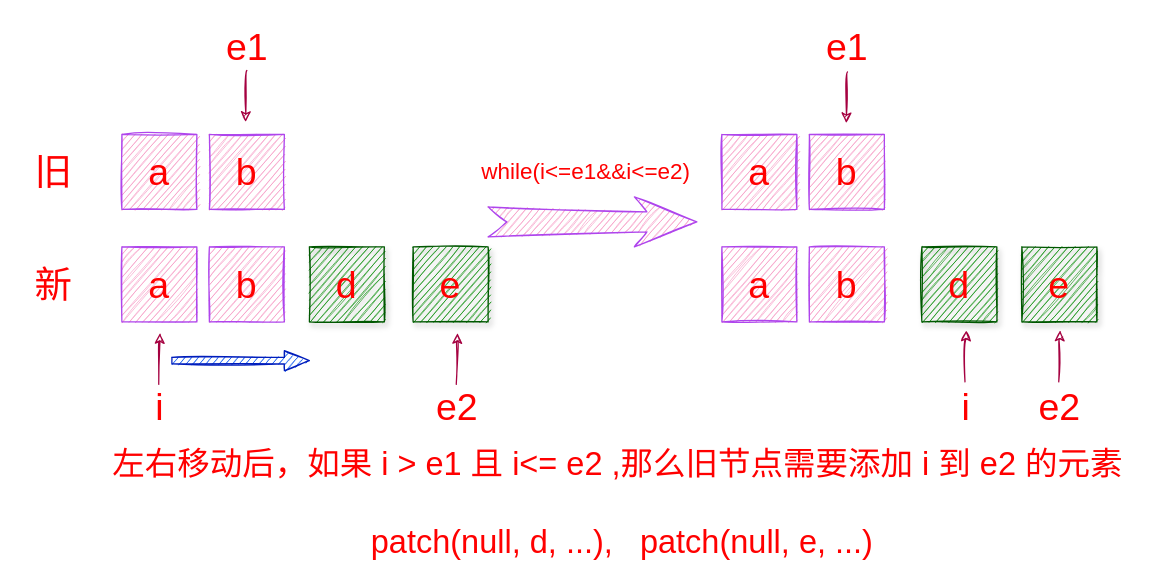
This is page "添加" (3 of 6) of vue/diff1.drawio from fengjinlong/drawio, a draw.io file, before an edit. Source tidied: cells renumbered, new cells numbered last; positions are measured from the earlier drawing's top-left corner, leaving out a move shared by most shapes. Both pictures are drawn from the tidied source at 125%, with x=0, y=0 at pixel (21, 21).
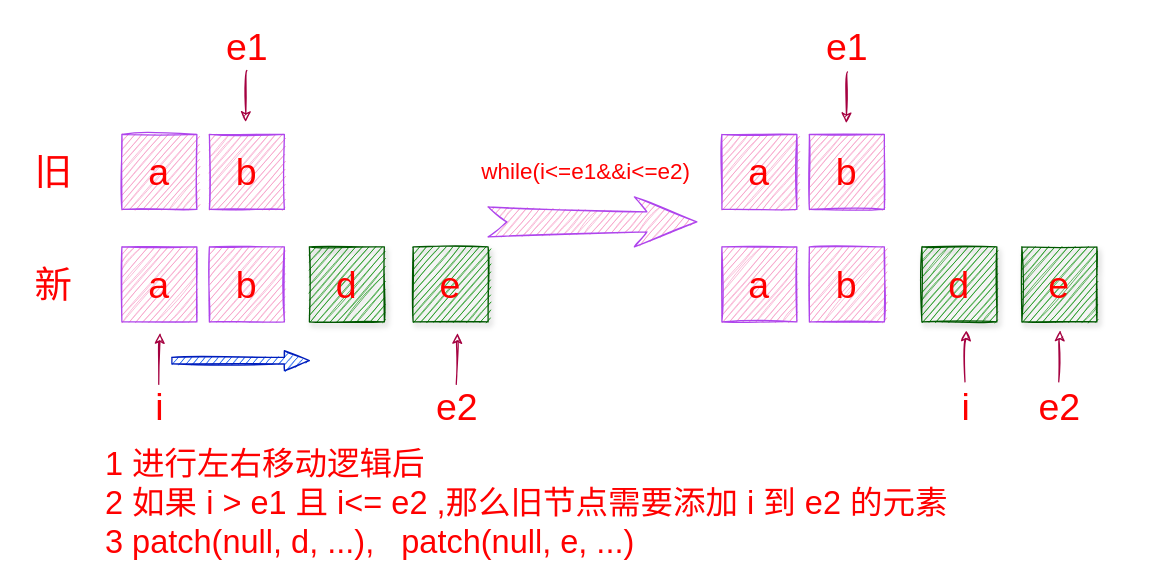
The same page after the edit.

Change to the diagram source:
```diff
@@
-    <mxCell id="29" value="左右移动后，如果 i &amp;gt; e1 且 i&amp;lt;= e2 ,那么旧节点需要添加 i 到 e2 的元素&amp;nbsp;&lt;br style=&quot;font-size: 26px&quot;&gt;&lt;br style=&quot;font-size: 26px&quot;&gt;patch(null, d, ...),&amp;nbsp; &amp;nbsp;patch(null, e, ...)" style="text;html=1;align=center;verticalAlign=middle;strokeColor=none;fillColor=none;fontSize=26;fontColor=#FF0000;" parent="1" vertex="1">
-      <mxGeometry x="65" y="335" width="830" height="100" as="geometry" />
+    <mxCell id="29" value="1 进行左右移动逻辑后&lt;br&gt;2 如果 i &amp;gt; e1 且 i&amp;lt;= e2 ,那么旧节点需要添加 i 到 e2 的元素&amp;nbsp;&lt;br style=&quot;font-size: 26px&quot;&gt;3 patch(null, d, ...),&amp;nbsp; &amp;nbsp;patch(null, e, ...)" style="text;html=1;align=left;verticalAlign=middle;strokeColor=none;fillColor=none;fontSize=26;fontColor=#FF0000;" parent="1" vertex="1">
+      <mxGeometry x="65" y="335" width="700" height="100" as="geometry" />
     </mxCell>
```
